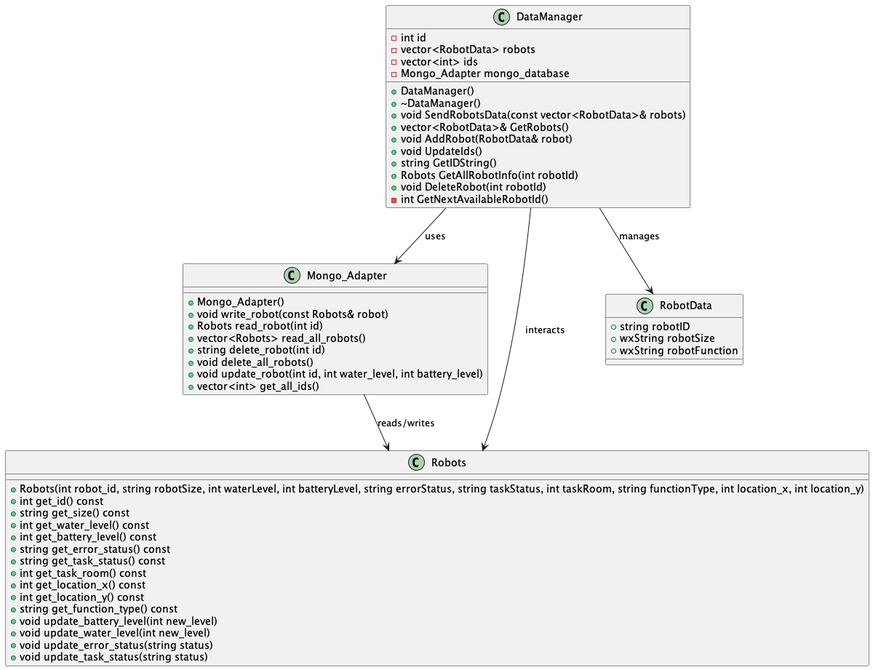
ur-swe-fa24/main-project-scrum-heads keeps this PlantUML diagram as docs/design/classDiagram/DataManagerClassDiagram.png. Above is the earlier version.
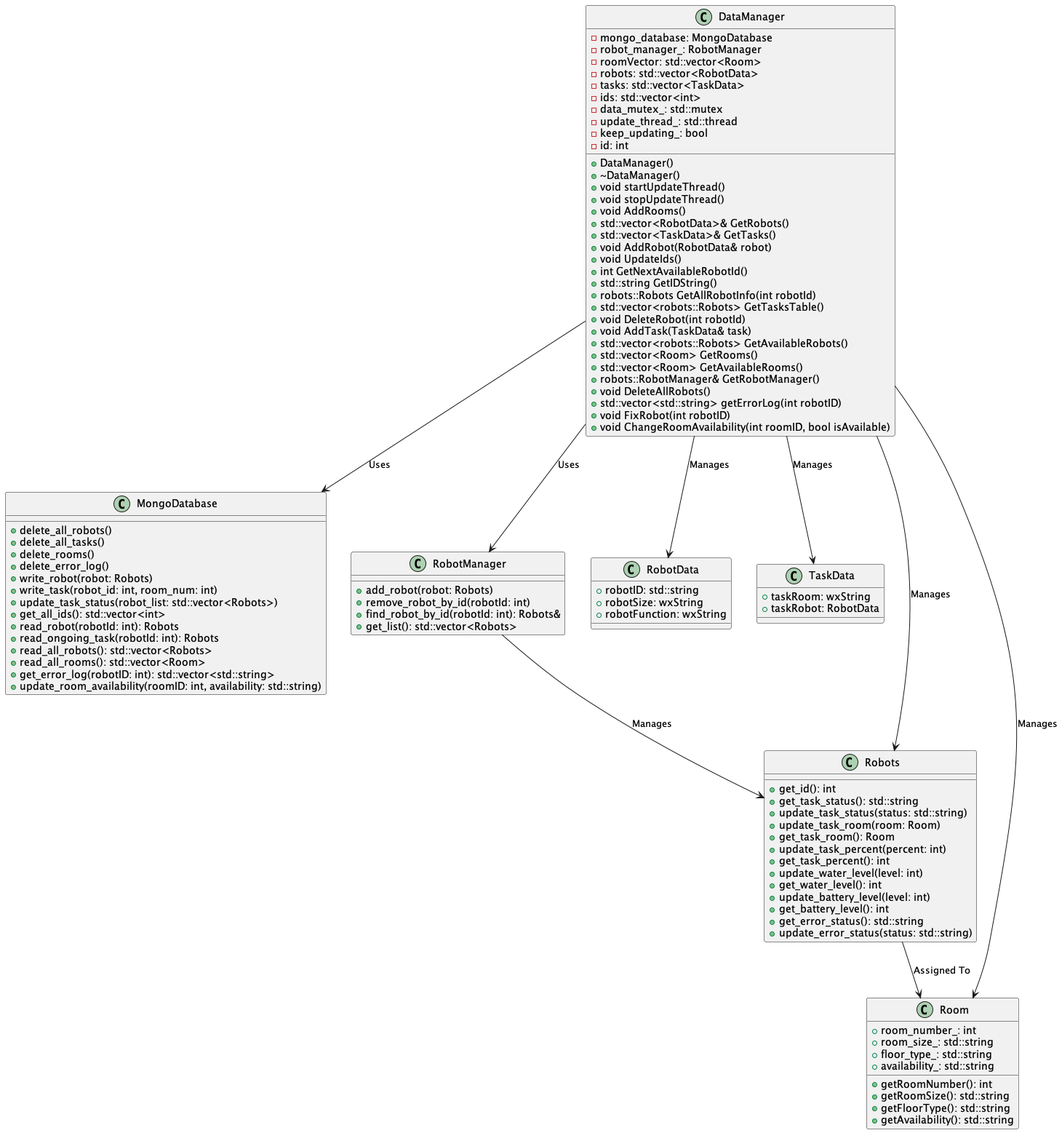
Above is the later version.

Commit message:
update data manager class diagram

The edit, as a diff of the source:
```diff
@@ -1,60 +1,110 @@
 @startuml DataManagerClassDiagram
 
-class Mongo_Adapter {
-    +Mongo_Adapter()
-    +void write_robot(const Robots& robot)
-    +Robots read_robot(int id)
-    +vector<Robots> read_all_robots()
-    +string delete_robot(int id)
-    +void delete_all_robots()
-    +void update_robot(int id, int water_level, int battery_level)
-    +vector<int> get_all_ids()
+class DataManager {
+    - mongo_database: MongoDatabase
+    - robot_manager_: RobotManager
+    - roomVector: std::vector<Room>
+    - robots: std::vector<RobotData>
+    - tasks: std::vector<TaskData>
+    - ids: std::vector<int>
+    - data_mutex_: std::mutex
+    - update_thread_: std::thread
+    - keep_updating_: bool
+    - id: int
+
+    + DataManager()
+    + ~DataManager()
+    + void startUpdateThread()
+    + void stopUpdateThread()
+    + void AddRooms()
+    + std::vector<RobotData>& GetRobots()
+    + std::vector<TaskData>& GetTasks()
+    + void AddRobot(RobotData& robot)
+    + void UpdateIds()
+    + int GetNextAvailableRobotId()
+    + std::string GetIDString()
+    + robots::Robots GetAllRobotInfo(int robotId)
+    + std::vector<robots::Robots> GetTasksTable()
+    + void DeleteRobot(int robotId)
+    + void AddTask(TaskData& task)
+    + std::vector<robots::Robots> GetAvailableRobots()
+    + std::vector<Room> GetRooms()
+    + std::vector<Room> GetAvailableRooms()
+    + robots::RobotManager& GetRobotManager()
+    + void DeleteAllRobots()
+    + std::vector<std::string> getErrorLog(int robotID)
+    + void FixRobot(int robotID)
+    + void ChangeRoomAvailability(int roomID, bool isAvailable)
+}
+
+class MongoDatabase {
+    + delete_all_robots()
+    + delete_all_tasks()
+    + delete_rooms()
+    + delete_error_log()
+    + write_robot(robot: Robots)
+    + write_task(robot_id: int, room_num: int)
+    + update_task_status(robot_list: std::vector<Robots>)
+    + get_all_ids(): std::vector<int>
+    + read_robot(robotId: int): Robots
+    + read_ongoing_task(robotId: int): Robots
+    + read_all_robots(): std::vector<Robots>
+    + read_all_rooms(): std::vector<Room>
+    + get_error_log(robotID: int): std::vector<std::string>
+    + update_room_availability(roomID: int, availability: std::string)
+}
+
+class RobotManager {
+    + add_robot(robot: Robots)
+    + remove_robot_by_id(robotId: int)
+    + find_robot_by_id(robotId: int): Robots&
+    + get_list(): std::vector<Robots>
+}
+
+class RobotData {
+    + robotID: std::string
+    + robotSize: wxString
+    + robotFunction: wxString
+}
+
+class TaskData {
+    + taskRoom: wxString
+    + taskRobot: RobotData
+}
+
+class Room {
+    + room_number_: int
+    + room_size_: std::string
+    + floor_type_: std::string
+    + availability_: std::string
+    + getRoomNumber(): int
+    + getRoomSize(): std::string
+    + getFloorType(): std::string
+    + getAvailability(): std::string
 }
 
 class Robots {
-    +Robots(int robot_id, string robotSize, int waterLevel, int batteryLevel, string errorStatus, string taskStatus, int taskRoom, string functionType, int location_x, int location_y)
-    +int get_id() const
-    +string get_size() const
-    +int get_water_level() const
-    +int get_battery_level() const
-    +string get_error_status() const
-    +string get_task_status() const
-    +int get_task_room() const
-    +int get_location_x() const
-    +int get_location_y() const
-    +string get_function_type() const
-    +void update_battery_level(int new_level)
-    +void update_water_level(int new_level)
-    +void update_error_status(string status)
-    +void update_task_status(string status)
+    + get_id(): int
+    + get_task_status(): std::string
+    + update_task_status(status: std::string)
+    + update_task_room(room: Room)
+    + get_task_room(): Room
+    + update_task_percent(percent: int)
+    + get_task_percent(): int
+    + update_water_level(level: int)
+    + get_water_level(): int
+    + update_battery_level(level: int)
+    + get_battery_level(): int
+    + get_error_status(): std::string
+    + update_error_status(status: std::string)
 }
 
-class RobotData {
-    +string robotID
-    +wxString robotSize
-    +wxString robotFunction
-}
-
-class DataManager {
-    +DataManager()
-    +~DataManager()
-    +void SendRobotsData(const vector<RobotData>& robots)
-    +vector<RobotData>& GetRobots()
-    +void AddRobot(RobotData& robot)
-    +void UpdateIds()
-    +string GetIDString()
-    +Robots GetAllRobotInfo(int robotId)
-    +void DeleteRobot(int robotId)
-    -int GetNextAvailableRobotId()
-    -int id
-    -vector<RobotData> robots
-    -vector<int> ids
-    -Mongo_Adapter mongo_database
-}
-
-DataManager --> Mongo_Adapter : uses
-DataManager --> RobotData : manages
-DataManager --> Robots : interacts
-Mongo_Adapter --> Robots : reads/writes
-
+DataManager --> MongoDatabase : Uses
+DataManager --> RobotManager : Uses
+DataManager --> Room : Manages
+DataManager --> RobotData : Manages
+DataManager --> TaskData : Manages
+DataManager --> Robots : Manages
+RobotManager --> Robots : Manages
+Robots --> Room : Assigned To
 @enduml
```
